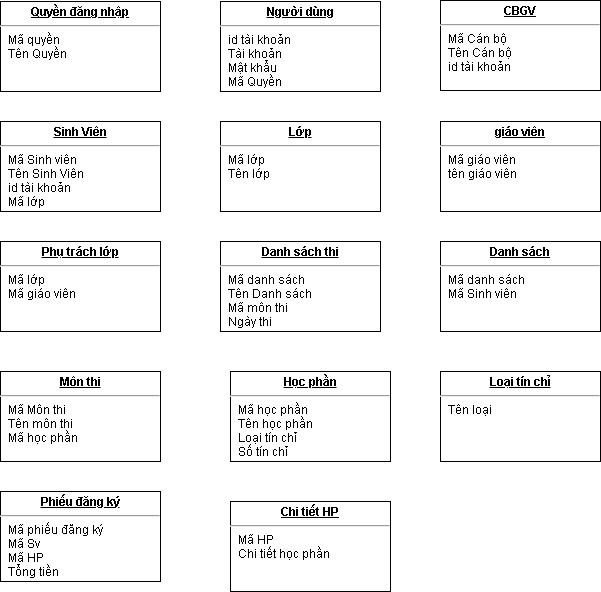
This is Ctk43/Phần Mềm Đăng Ký Học Phần/Thuộc tính.drawio.png from Dat0309/Cong-Nghe-Phan-Mem, a draw.io export, as it was before one commit. Source tidied: cells renumbered, new cells last; positions are measured from the earlier drawing's top-left corner, leaving out a move shared by most shapes.
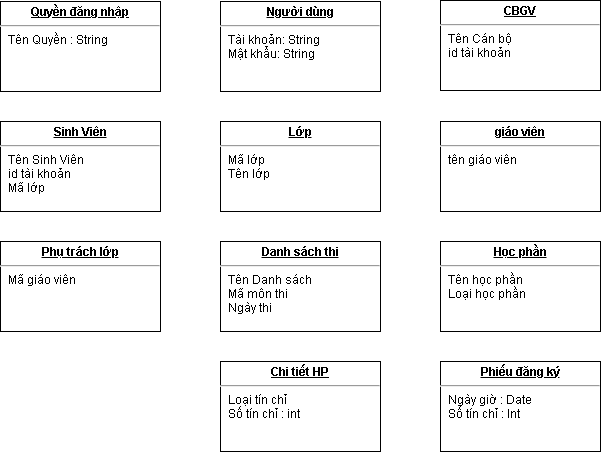
After the commit.

The edit, as a diff of the source:
```diff
@@ -2,47 +2,38 @@
   <root>
     <mxCell id="0" />
     <mxCell id="1" parent="0" />
-    <mxCell id="2" value="&lt;p style=&quot;margin: 0px ; margin-top: 4px ; text-align: center ; text-decoration: underline&quot;&gt;&lt;b&gt;Quyền đăng nhập&lt;/b&gt;&lt;/p&gt;&lt;hr&gt;&lt;p style=&quot;margin: 0px ; margin-left: 8px&quot;&gt;Mã quyền&lt;/p&gt;&lt;p style=&quot;margin: 0px ; margin-left: 8px&quot;&gt;Tên Quyền&lt;/p&gt;" style="verticalAlign=top;align=left;overflow=fill;fontSize=12;fontFamily=Helvetica;html=1;" parent="1" vertex="1">
+    <mxCell id="2" value="&lt;p style=&quot;margin: 0px ; margin-top: 4px ; text-align: center ; text-decoration: underline&quot;&gt;&lt;b&gt;Quyền đăng nhập&lt;/b&gt;&lt;/p&gt;&lt;hr&gt;&lt;p style=&quot;margin: 0px ; margin-left: 8px&quot;&gt;&lt;span&gt;Tên Quyền : String&lt;/span&gt;&lt;br&gt;&lt;/p&gt;" style="verticalAlign=top;align=left;overflow=fill;fontSize=12;fontFamily=Helvetica;html=1;" parent="1" vertex="1">
       <mxGeometry y="1" width="160" height="90" as="geometry" />
     </mxCell>
-    <mxCell id="3" value="&lt;p style=&quot;margin: 0px ; margin-top: 4px ; text-align: center ; text-decoration: underline&quot;&gt;&lt;b&gt;Người dùng&lt;/b&gt;&lt;/p&gt;&lt;hr&gt;&lt;p style=&quot;margin: 0px ; margin-left: 8px&quot;&gt;id tài khoản&lt;/p&gt;&lt;p style=&quot;margin: 0px ; margin-left: 8px&quot;&gt;Tài khoản&lt;/p&gt;&lt;p style=&quot;margin: 0px ; margin-left: 8px&quot;&gt;Mật khẩu&lt;/p&gt;&lt;p style=&quot;margin: 0px ; margin-left: 8px&quot;&gt;Mã Quyền&lt;/p&gt;" style="verticalAlign=top;align=left;overflow=fill;fontSize=12;fontFamily=Helvetica;html=1;" parent="1" vertex="1">
+    <mxCell id="3" value="&lt;p style=&quot;margin: 0px ; margin-top: 4px ; text-align: center ; text-decoration: underline&quot;&gt;&lt;b&gt;Người dùng&lt;/b&gt;&lt;/p&gt;&lt;hr&gt;&lt;p style=&quot;margin: 0px ; margin-left: 8px&quot;&gt;&lt;span&gt;Tài khoản: String&lt;/span&gt;&lt;br&gt;&lt;/p&gt;&lt;p style=&quot;margin: 0px ; margin-left: 8px&quot;&gt;Mật khẩu: String&lt;/p&gt;" style="verticalAlign=top;align=left;overflow=fill;fontSize=12;fontFamily=Helvetica;html=1;" parent="1" vertex="1">
       <mxGeometry x="220" y="1" width="160" height="90" as="geometry" />
     </mxCell>
-    <mxCell id="4" value="&lt;p style=&quot;margin: 0px ; margin-top: 4px ; text-align: center ; text-decoration: underline&quot;&gt;&lt;b&gt;CBGV&lt;/b&gt;&lt;/p&gt;&lt;hr&gt;&lt;p style=&quot;margin: 0px ; margin-left: 8px&quot;&gt;Mã Cán bộ&lt;/p&gt;&lt;p style=&quot;margin: 0px ; margin-left: 8px&quot;&gt;Tên Cán bộ&lt;/p&gt;&lt;p style=&quot;margin: 0px ; margin-left: 8px&quot;&gt;id tài khoản&lt;/p&gt;" style="verticalAlign=top;align=left;overflow=fill;fontSize=12;fontFamily=Helvetica;html=1;" parent="1" vertex="1">
+    <mxCell id="4" value="&lt;p style=&quot;margin: 0px ; margin-top: 4px ; text-align: center ; text-decoration: underline&quot;&gt;&lt;b&gt;CBGV&lt;/b&gt;&lt;/p&gt;&lt;hr&gt;&lt;p style=&quot;margin: 0px ; margin-left: 8px&quot;&gt;&lt;span&gt;Tên Cán bộ&lt;/span&gt;&lt;br&gt;&lt;/p&gt;&lt;p style=&quot;margin: 0px ; margin-left: 8px&quot;&gt;id tài khoản&lt;/p&gt;" style="verticalAlign=top;align=left;overflow=fill;fontSize=12;fontFamily=Helvetica;html=1;" parent="1" vertex="1">
       <mxGeometry x="440" width="160" height="90" as="geometry" />
     </mxCell>
-    <mxCell id="5" value="&lt;p style=&quot;margin: 0px ; margin-top: 4px ; text-align: center ; text-decoration: underline&quot;&gt;&lt;b&gt;Sinh Viên&lt;/b&gt;&lt;/p&gt;&lt;hr&gt;&lt;p style=&quot;margin: 0px ; margin-left: 8px&quot;&gt;Mã Sinh viên&lt;/p&gt;&lt;p style=&quot;margin: 0px ; margin-left: 8px&quot;&gt;Tên Sinh Viên&lt;/p&gt;&lt;p style=&quot;margin: 0px ; margin-left: 8px&quot;&gt;id tài khoản&lt;/p&gt;&lt;p style=&quot;margin: 0px ; margin-left: 8px&quot;&gt;Mã lớp&lt;/p&gt;" style="verticalAlign=top;align=left;overflow=fill;fontSize=12;fontFamily=Helvetica;html=1;" parent="1" vertex="1">
+    <mxCell id="5" value="&lt;p style=&quot;margin: 0px ; margin-top: 4px ; text-align: center ; text-decoration: underline&quot;&gt;&lt;b&gt;Sinh Viên&lt;/b&gt;&lt;/p&gt;&lt;hr&gt;&lt;p style=&quot;margin: 0px ; margin-left: 8px&quot;&gt;&lt;span&gt;Tên Sinh Viên&lt;/span&gt;&lt;br&gt;&lt;/p&gt;&lt;p style=&quot;margin: 0px ; margin-left: 8px&quot;&gt;id tài khoản&lt;/p&gt;&lt;p style=&quot;margin: 0px ; margin-left: 8px&quot;&gt;Mã lớp&lt;/p&gt;" style="verticalAlign=top;align=left;overflow=fill;fontSize=12;fontFamily=Helvetica;html=1;" parent="1" vertex="1">
       <mxGeometry y="121" width="160" height="90" as="geometry" />
     </mxCell>
     <mxCell id="6" value="&lt;p style=&quot;margin: 0px ; margin-top: 4px ; text-align: center ; text-decoration: underline&quot;&gt;&lt;b&gt;Lớp&lt;/b&gt;&lt;/p&gt;&lt;hr&gt;&lt;p style=&quot;margin: 0px ; margin-left: 8px&quot;&gt;Mã lớp&lt;/p&gt;&lt;p style=&quot;margin: 0px ; margin-left: 8px&quot;&gt;Tên lớp&lt;/p&gt;" style="verticalAlign=top;align=left;overflow=fill;fontSize=12;fontFamily=Helvetica;html=1;" parent="1" vertex="1">
       <mxGeometry x="220" y="121" width="160" height="90" as="geometry" />
     </mxCell>
-    <mxCell id="7" value="&lt;p style=&quot;margin: 0px ; margin-top: 4px ; text-align: center ; text-decoration: underline&quot;&gt;&lt;b&gt;giáo viên&lt;/b&gt;&lt;/p&gt;&lt;hr&gt;&lt;p style=&quot;margin: 0px ; margin-left: 8px&quot;&gt;Mã giáo viên&lt;/p&gt;&lt;p style=&quot;margin: 0px ; margin-left: 8px&quot;&gt;tên giáo viên&lt;/p&gt;" style="verticalAlign=top;align=left;overflow=fill;fontSize=12;fontFamily=Helvetica;html=1;" parent="1" vertex="1">
+    <mxCell id="7" value="&lt;p style=&quot;margin: 0px ; margin-top: 4px ; text-align: center ; text-decoration: underline&quot;&gt;&lt;b&gt;giáo viên&lt;/b&gt;&lt;/p&gt;&lt;hr&gt;&lt;p style=&quot;margin: 0px ; margin-left: 8px&quot;&gt;&lt;span&gt;tên giáo viên&lt;/span&gt;&lt;br&gt;&lt;/p&gt;" style="verticalAlign=top;align=left;overflow=fill;fontSize=12;fontFamily=Helvetica;html=1;" parent="1" vertex="1">
       <mxGeometry x="440" y="121" width="160" height="90" as="geometry" />
     </mxCell>
-    <mxCell id="8" value="&lt;p style=&quot;margin: 0px ; margin-top: 4px ; text-align: center ; text-decoration: underline&quot;&gt;&lt;b&gt;Phụ trách lớp&lt;/b&gt;&lt;/p&gt;&lt;hr&gt;&lt;p style=&quot;margin: 0px ; margin-left: 8px&quot;&gt;Mã lớp&lt;/p&gt;&lt;p style=&quot;margin: 0px ; margin-left: 8px&quot;&gt;Mã giáo viên&lt;/p&gt;" style="verticalAlign=top;align=left;overflow=fill;fontSize=12;fontFamily=Helvetica;html=1;" parent="1" vertex="1">
+    <mxCell id="8" value="&lt;p style=&quot;margin: 0px ; margin-top: 4px ; text-align: center ; text-decoration: underline&quot;&gt;&lt;b&gt;Phụ trách lớp&lt;/b&gt;&lt;/p&gt;&lt;hr&gt;&lt;p style=&quot;margin: 0px ; margin-left: 8px&quot;&gt;&lt;span&gt;Mã giáo viên&lt;/span&gt;&lt;/p&gt;" style="verticalAlign=top;align=left;overflow=fill;fontSize=12;fontFamily=Helvetica;html=1;" parent="1" vertex="1">
       <mxGeometry y="241" width="160" height="90" as="geometry" />
     </mxCell>
-    <mxCell id="9" value="&lt;p style=&quot;margin: 0px ; margin-top: 4px ; text-align: center ; text-decoration: underline&quot;&gt;&lt;b&gt;Danh sách thi&lt;/b&gt;&lt;/p&gt;&lt;hr&gt;&lt;p style=&quot;margin: 0px ; margin-left: 8px&quot;&gt;Mã danh sách&lt;/p&gt;&lt;p style=&quot;margin: 0px ; margin-left: 8px&quot;&gt;Tên Danh sách&lt;/p&gt;&lt;p style=&quot;margin: 0px ; margin-left: 8px&quot;&gt;Mã môn thi&lt;/p&gt;&lt;p style=&quot;margin: 0px ; margin-left: 8px&quot;&gt;Ngày thi&lt;/p&gt;" style="verticalAlign=top;align=left;overflow=fill;fontSize=12;fontFamily=Helvetica;html=1;" parent="1" vertex="1">
+    <mxCell id="9" value="&lt;p style=&quot;margin: 0px ; margin-top: 4px ; text-align: center ; text-decoration: underline&quot;&gt;&lt;b&gt;Danh sách thi&lt;/b&gt;&lt;/p&gt;&lt;hr&gt;&lt;p style=&quot;margin: 0px ; margin-left: 8px&quot;&gt;&lt;span&gt;Tên Danh sách&lt;/span&gt;&lt;br&gt;&lt;/p&gt;&lt;p style=&quot;margin: 0px ; margin-left: 8px&quot;&gt;Mã môn thi&lt;/p&gt;&lt;p style=&quot;margin: 0px ; margin-left: 8px&quot;&gt;Ngày thi&lt;/p&gt;" style="verticalAlign=top;align=left;overflow=fill;fontSize=12;fontFamily=Helvetica;html=1;" parent="1" vertex="1">
       <mxGeometry x="220" y="241" width="160" height="90" as="geometry" />
     </mxCell>
-    <mxCell id="10" value="&lt;p style=&quot;margin: 0px ; margin-top: 4px ; text-align: center ; text-decoration: underline&quot;&gt;&lt;b&gt;Danh sách&lt;/b&gt;&lt;/p&gt;&lt;hr&gt;&lt;p style=&quot;margin: 0px ; margin-left: 8px&quot;&gt;Mã danh sách&lt;/p&gt;&lt;p style=&quot;margin: 0px ; margin-left: 8px&quot;&gt;Mã Sinh viên&lt;/p&gt;" style="verticalAlign=top;align=left;overflow=fill;fontSize=12;fontFamily=Helvetica;html=1;" parent="1" vertex="1">
-      <mxGeometry x="440" y="241" width="160" height="90" as="geometry" />
-    </mxCell>
-    <mxCell id="11" value="&lt;p style=&quot;margin: 0px ; margin-top: 4px ; text-align: center ; text-decoration: underline&quot;&gt;&lt;b&gt;Môn thi&lt;/b&gt;&lt;/p&gt;&lt;hr&gt;&lt;p style=&quot;margin: 0px ; margin-left: 8px&quot;&gt;Mã Môn thi&lt;/p&gt;&lt;p style=&quot;margin: 0px ; margin-left: 8px&quot;&gt;Tên môn thi&lt;/p&gt;&lt;p style=&quot;margin: 0px ; margin-left: 8px&quot;&gt;Mã học phần&lt;/p&gt;" style="verticalAlign=top;align=left;overflow=fill;fontSize=12;fontFamily=Helvetica;html=1;" parent="1" vertex="1">
-      <mxGeometry y="371" width="160" height="90" as="geometry" />
-    </mxCell>
-    <mxCell id="12" value="&lt;p style=&quot;margin: 0px ; margin-top: 4px ; text-align: center ; text-decoration: underline&quot;&gt;&lt;b&gt;Học phần&lt;/b&gt;&lt;/p&gt;&lt;hr&gt;&lt;p style=&quot;margin: 0px ; margin-left: 8px&quot;&gt;Mã học phần&lt;/p&gt;&lt;p style=&quot;margin: 0px ; margin-left: 8px&quot;&gt;Tên học phần&lt;/p&gt;&lt;p style=&quot;margin: 0px ; margin-left: 8px&quot;&gt;Loại tín chỉ&lt;/p&gt;&lt;p style=&quot;margin: 0px ; margin-left: 8px&quot;&gt;Số tín chỉ&lt;/p&gt;" style="verticalAlign=top;align=left;overflow=fill;fontSize=12;fontFamily=Helvetica;html=1;" parent="1" vertex="1">
-      <mxGeometry x="230" y="371" width="160" height="90" as="geometry" />
+    <mxCell id="12" value="&lt;p style=&quot;margin: 0px ; margin-top: 4px ; text-align: center ; text-decoration: underline&quot;&gt;&lt;b&gt;Học phần&lt;/b&gt;&lt;/p&gt;&lt;hr&gt;&lt;p style=&quot;margin: 0px ; margin-left: 8px&quot;&gt;&lt;span&gt;Tên học phần&lt;/span&gt;&lt;/p&gt;&lt;p style=&quot;margin: 0px ; margin-left: 8px&quot;&gt;Loại học phần&lt;/p&gt;" style="verticalAlign=top;align=left;overflow=fill;fontSize=12;fontFamily=Helvetica;html=1;" parent="1" vertex="1">
+      <mxGeometry x="440" y="241" width="160" height="90" as="geometry" />
     </mxCell>
-    <mxCell id="13" value="&lt;p style=&quot;margin: 0px ; margin-top: 4px ; text-align: center ; text-decoration: underline&quot;&gt;&lt;b&gt;Loại tín chỉ&lt;/b&gt;&lt;/p&gt;&lt;hr&gt;&lt;p style=&quot;margin: 0px ; margin-left: 8px&quot;&gt;Tên loại&lt;/p&gt;&lt;span style=&quot;color: rgba(0 , 0 , 0 , 0) ; font-family: monospace ; font-size: 0px&quot;&gt;%3CmxGraphModel%3E%3Croot%3E%3CmxCell%20id%3D%220%22%2F%3E%3CmxCell%20id%3D%221%22%20parent%3D%220%22%2F%3E%3CmxCell%20id%3D%222%22%20value%3D%22%26lt%3Bp%20style%3D%26quot%3Bmargin%3A%200px%20%3B%20margin-top%3A%204px%20%3B%20text-align%3A%20center%20%3B%20text-decoration%3A%20underline%26quot%3B%26gt%3B%26lt%3Bb%26gt%3BDanh%20s%C3%A1ch%20thi%26lt%3B%2Fb%26gt%3B%26lt%3B%2Fp%26gt%3B%26lt%3Bhr%26gt%3B%26lt%3Bp%20style%3D%26quot%3Bmargin%3A%200px%20%3B%20margin-left%3A%208px%26quot%3B%26gt%3BM%C3%A3%20danh%20s%C3%A1ch%26lt%3B%2Fp%26gt%3B%26lt%3Bp%20style%3D%26quot%3Bmargin%3A%200px%20%3B%20margin-left%3A%208px%26quot%3B%26gt%3BT%C3%AAn%20Danh%20s%C3%A1ch%26lt%3B%2Fp%26gt%3B%26lt%3Bp%20style%3D%26quot%3Bmargin%3A%200px%20%3B%20margin-left%3A%208px%26quot%3B%26gt%3BM%C3%A3%20m%C3%B4n%20thi%26lt%3B%2Fp%26gt%3B%26lt%3Bp%20style%3D%26quot%3Bmargin%3A%200px%20%3B%20margin-left%3A%208px%26quot%3B%26gt%3BNg%C3%A0y%20thi%26lt%3B%2Fp%26gt%3B%22%20style%3D%22verticalAlign%3Dtop%3Balign%3Dleft%3Boverflow%3Dfill%3BfontSize%3D12%3BfontFamily%3DHelvetica%3Bhtml%3D1%3B%22%20vertex%3D%221%22%20parent%3D%221%22%3E%3CmxGeometry%20x%3D%22310%22%20y%3D%22340%22%20width%3D%22160%22%20height%3D%2290%22%20as%3D%22geometry%22%2F%3E%3C%2FmxCell%3E%3C%2Froot%3E%3C%2FmxGraphModel%3E&lt;/span&gt;" style="verticalAlign=top;align=left;overflow=fill;fontSize=12;fontFamily=Helvetica;html=1;" parent="1" vertex="1">
-      <mxGeometry x="440" y="371" width="160" height="90" as="geometry" />
-    </mxCell>
-    <mxCell id="14" value="&lt;p style=&quot;margin: 0px ; margin-top: 4px ; text-align: center ; text-decoration: underline&quot;&gt;&lt;b&gt;Phiếu đăng ký&lt;/b&gt;&lt;/p&gt;&lt;hr&gt;&lt;p style=&quot;margin: 0px ; margin-left: 8px&quot;&gt;Mã phiếu đăng ký&lt;/p&gt;&lt;p style=&quot;margin: 0px ; margin-left: 8px&quot;&gt;Mã Sv&lt;/p&gt;&lt;p style=&quot;margin: 0px ; margin-left: 8px&quot;&gt;Mã HP&lt;/p&gt;&lt;p style=&quot;margin: 0px ; margin-left: 8px&quot;&gt;Tổng tiền&lt;/p&gt;" style="verticalAlign=top;align=left;overflow=fill;fontSize=12;fontFamily=Helvetica;html=1;" parent="1" vertex="1">
-      <mxGeometry y="491" width="160" height="90" as="geometry" />
+    <mxCell id="14" value="&lt;p style=&quot;margin: 0px ; margin-top: 4px ; text-align: center ; text-decoration: underline&quot;&gt;&lt;b&gt;Phiếu đăng ký&lt;/b&gt;&lt;/p&gt;&lt;hr&gt;&lt;p style=&quot;margin: 0px ; margin-left: 8px&quot;&gt;Ngày giờ : Date&lt;/p&gt;&lt;p style=&quot;margin: 0px ; margin-left: 8px&quot;&gt;Số tín chỉ : Int&lt;/p&gt;" style="verticalAlign=top;align=left;overflow=fill;fontSize=12;fontFamily=Helvetica;html=1;" parent="1" vertex="1">
+      <mxGeometry x="440" y="361" width="160" height="90" as="geometry" />
     </mxCell>
-    <mxCell id="15" value="&lt;p style=&quot;margin: 0px ; margin-top: 4px ; text-align: center ; text-decoration: underline&quot;&gt;&lt;b&gt;Chi tiết HP&lt;/b&gt;&lt;/p&gt;&lt;hr&gt;&lt;p style=&quot;margin: 0px ; margin-left: 8px&quot;&gt;Mã HP&lt;/p&gt;&lt;p style=&quot;margin: 0px ; margin-left: 8px&quot;&gt;Chi tiết học phần&lt;/p&gt;" style="verticalAlign=top;align=left;overflow=fill;fontSize=12;fontFamily=Helvetica;html=1;" parent="1" vertex="1">
-      <mxGeometry x="230" y="501" width="160" height="90" as="geometry" />
+    <mxCell id="15" value="&lt;p style=&quot;margin: 0px ; margin-top: 4px ; text-align: center ; text-decoration: underline&quot;&gt;&lt;b&gt;Chi tiết HP&lt;/b&gt;&lt;/p&gt;&lt;hr&gt;&lt;p style=&quot;margin: 0px ; margin-left: 8px&quot;&gt;&lt;span&gt;Loại tín chỉ&lt;/span&gt;&lt;br&gt;&lt;/p&gt;&lt;p style=&quot;margin: 0px ; margin-left: 8px&quot;&gt;&lt;span&gt;Số tín chỉ : int&lt;/span&gt;&lt;/p&gt;" style="verticalAlign=top;align=left;overflow=fill;fontSize=12;fontFamily=Helvetica;html=1;" parent="1" vertex="1">
+      <mxGeometry x="220" y="361" width="160" height="90" as="geometry" />
     </mxCell>
   </root>
 </mxGraphModel>
```
